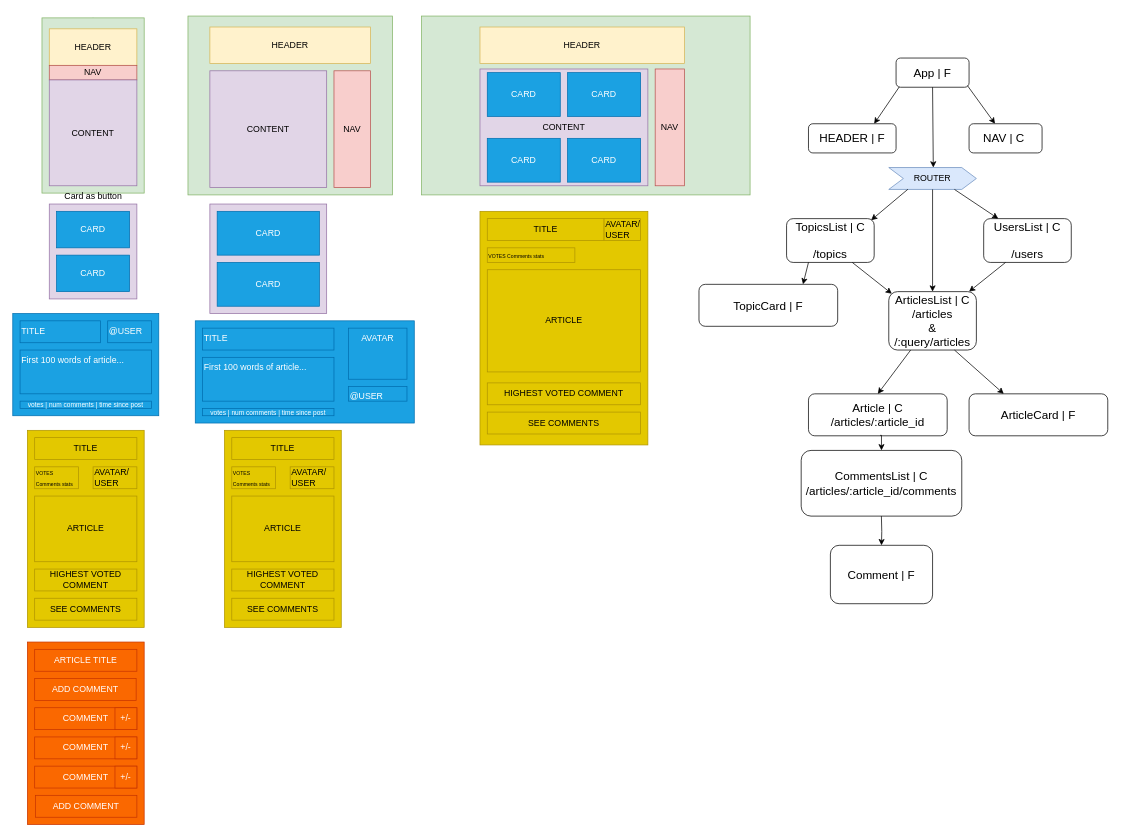
This is misc/nc-news-wireframe.drawio from galambborong/getit, a draw.io file, before an edit. Source tidied: cells renumbered, new cells numbered last; positions are measured from the earlier drawing's top-left corner, leaving out a move shared by most shapes. Both pictures are drawn from the tidied source at 73%, with x=0, y=0 at pixel (5, 15).
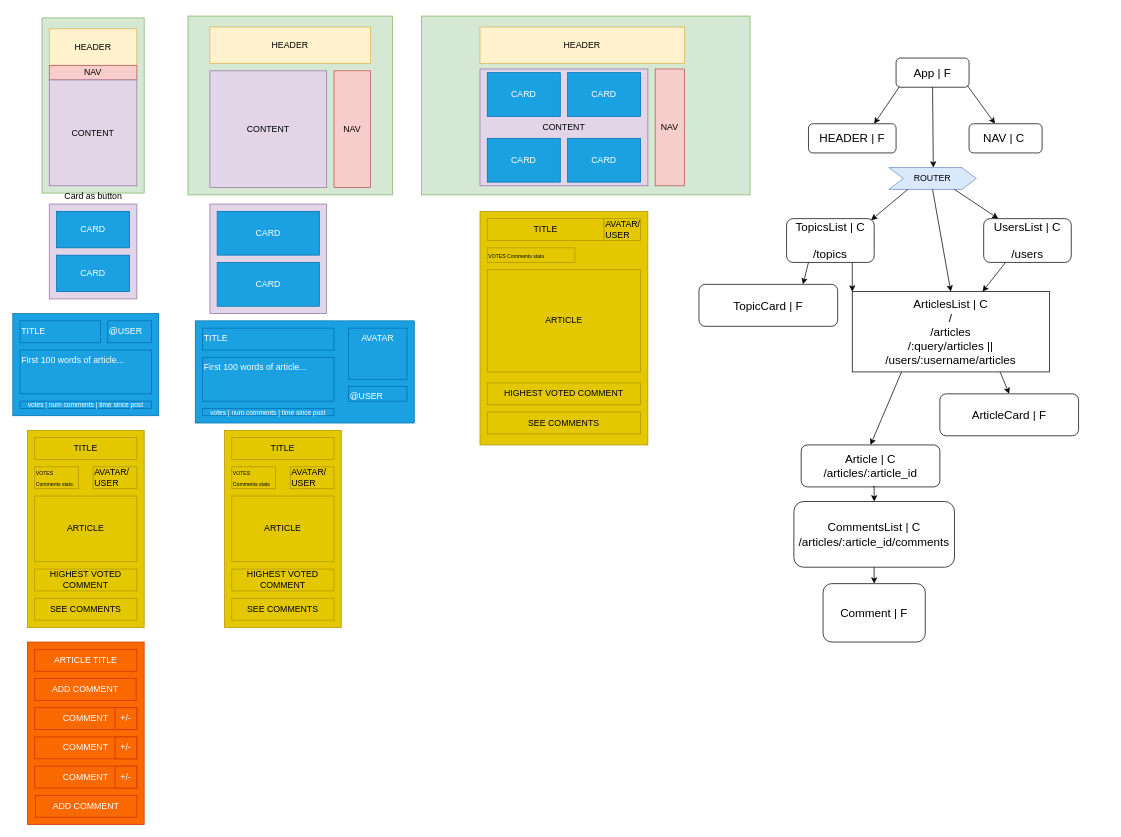
The same diagram, later.

The change refers to these unchanged cells:
```xml
<mxCell id="56" value="&lt;font color=&quot;#000000&quot; style=&quot;font-size: 16px&quot;&gt;TopicsList | C&lt;br&gt;&lt;br&gt;/topics&lt;br&gt;&lt;/font&gt;" style="rounded=1;whiteSpace=wrap;html=1;labelBackgroundColor=none;fillColor=none;fontColor=#FFFFFF;align=center;" parent="1" vertex="1">
  <mxGeometry x="1070" y="278" width="120" height="60" as="geometry" />
</mxCell>
```

The edit, as a diff of the source:
```diff
@@
-    <mxCell id="55" value="&lt;font color=&quot;#000000&quot; style=&quot;font-size: 16px&quot;&gt;ArticlesList | C&lt;br&gt;/articles&lt;br&gt;&amp;amp;&lt;br&gt;/:query/articles&lt;br&gt;&lt;/font&gt;" style="rounded=1;whiteSpace=wrap;html=1;labelBackgroundColor=none;fillColor=none;fontColor=#FFFFFF;align=center;" parent="1" vertex="1">
-      <mxGeometry x="1210" y="378" width="120" height="80" as="geometry" />
+    <mxCell id="55" value="&lt;font color=&quot;#000000&quot; style=&quot;font-size: 16px&quot;&gt;ArticlesList | C&lt;br&gt;/&lt;br&gt;/articles&lt;br&gt;/:query/articles || /users/:username/articles&lt;br&gt;&lt;/font&gt;" style="rounded=0;whiteSpace=wrap;html=1;labelBackgroundColor=none;fillColor=none;fontColor=#FFFFFF;align=center;" parent="1" vertex="1">
+      <mxGeometry x="1160" y="378" width="270" height="110" as="geometry" />
     </mxCell>
@@
     <mxCell id="61" value="&lt;font color=&quot;#000000&quot; style=&quot;font-size: 16px&quot;&gt;Article | C&lt;br&gt;/articles/:article_id&lt;br&gt;&lt;/font&gt;" style="rounded=1;whiteSpace=wrap;html=1;labelBackgroundColor=none;fillColor=none;fontColor=#FFFFFF;align=center;" parent="1" vertex="1">
-      <mxGeometry x="1100" y="518" width="190" height="57.5" as="geometry" />
+      <mxGeometry x="1090" y="588" width="190" height="57.5" as="geometry" />
     </mxCell>
     <mxCell id="62" value="&lt;font color=&quot;#000000&quot; style=&quot;font-size: 16px&quot;&gt;CommentsList | C&lt;br&gt;/articles/:article_id/comments&lt;br&gt;&lt;/font&gt;" style="rounded=1;whiteSpace=wrap;html=1;labelBackgroundColor=none;fillColor=none;fontColor=#FFFFFF;align=center;" parent="1" vertex="1">
-      <mxGeometry x="1090" y="595.5" width="220" height="90" as="geometry" />
+      <mxGeometry x="1080" y="665.5" width="220" height="90" as="geometry" />
     </mxCell>
     <mxCell id="63" value="&lt;font color=&quot;#000000&quot; style=&quot;font-size: 16px&quot;&gt;Comment | F&lt;br&gt;&lt;/font&gt;" style="rounded=1;whiteSpace=wrap;html=1;labelBackgroundColor=none;fillColor=none;fontColor=#FFFFFF;align=center;" parent="1" vertex="1">
-      <mxGeometry x="1130" y="725.5" width="140" height="80" as="geometry" />
+      <mxGeometry x="1120" y="778" width="140" height="80" as="geometry" />
     </mxCell>
-    <mxCell id="64" style="endArrow=classic;html=1;fontColor=#FFFFFF;entryX=0.035;entryY=0.036;entryDx=0;entryDy=0;exitX=0.75;exitY=1;exitDx=0;exitDy=0;entryPerimeter=0;" parent="1" edge="1" source="56" target="55">
+    <mxCell id="64" style="endArrow=classic;html=1;fontColor=#FFFFFF;entryX=0;entryY=0;entryDx=0;entryDy=0;exitX=0.75;exitY=1;exitDx=0;exitDy=0;" parent="1" edge="1" source="56" target="55">
       <mxGeometry relative="1" as="geometry" />
     </mxCell>
@@
     <mxCell id="66" style="edgeStyle=orthogonalEdgeStyle;rounded=0;jettySize=auto;html=1;fontColor=#FFFFFF;entryX=0.5;entryY=0;entryDx=0;entryDy=0;" parent="1" edge="1" target="63">
       <mxGeometry relative="1" as="geometry">
-        <mxPoint x="1199.9" y="685.5" as="sourcePoint" />
+        <mxPoint x="1189.9" y="755.5" as="sourcePoint" />
       </mxGeometry>
     </mxCell>
@@
     <mxCell id="88" value="&lt;font color=&quot;#000000&quot; style=&quot;font-size: 16px&quot;&gt;ArticleCard | F&lt;br&gt;&lt;/font&gt;" style="rounded=1;whiteSpace=wrap;html=1;labelBackgroundColor=none;fillColor=none;fontColor=#FFFFFF;align=center;" parent="1" vertex="1">
-      <mxGeometry x="1320" y="518" width="190" height="57.5" as="geometry" />
+      <mxGeometry x="1280" y="518" width="190" height="57.5" as="geometry" />
     </mxCell>
-    <mxCell id="89" style="endArrow=classic;html=1;fontColor=#FFFFFF;exitX=0.75;exitY=1;exitDx=0;exitDy=0;entryX=0.25;entryY=0;entryDx=0;entryDy=0;" parent="1" edge="1" source="55" target="88">
+    <mxCell id="89" style="endArrow=classic;html=1;fontColor=#FFFFFF;exitX=0.75;exitY=1;exitDx=0;exitDy=0;entryX=0.5;entryY=0;entryDx=0;entryDy=0;" parent="1" edge="1" source="55" target="88">
       <mxGeometry relative="1" as="geometry" />
     </mxCell>
```
